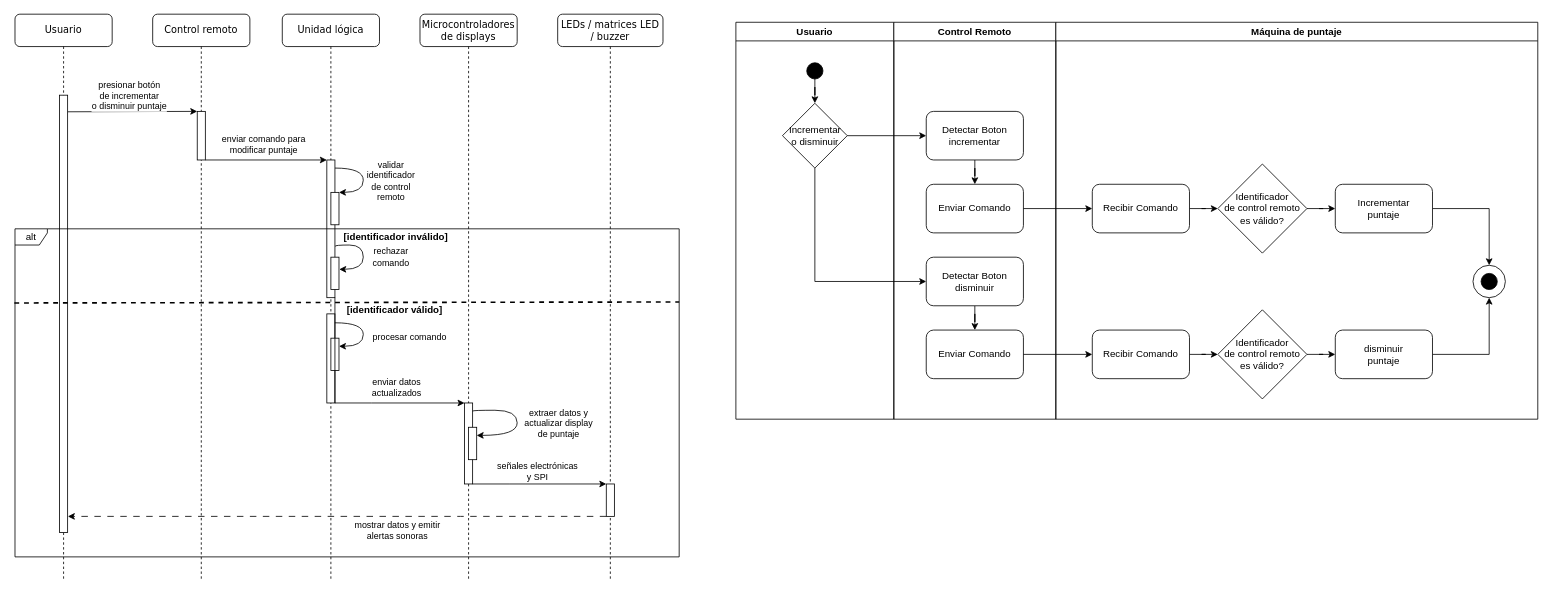
Diego-Hiriart/Capstone_Hiriart-Corales-Samaniego keeps this draw.io diagram as Design/UML/Seq and Act/Machine/cm8-manage-score.drawio. Above is the earlier version. Source tidied: cells renumbered, new cells numbered last; positions are measured from the earlier drawing's top-left corner, leaving out a move shared by most shapes. Both pictures are drawn from the tidied source at 81%, with x=0, y=0 at pixel (15, 14).
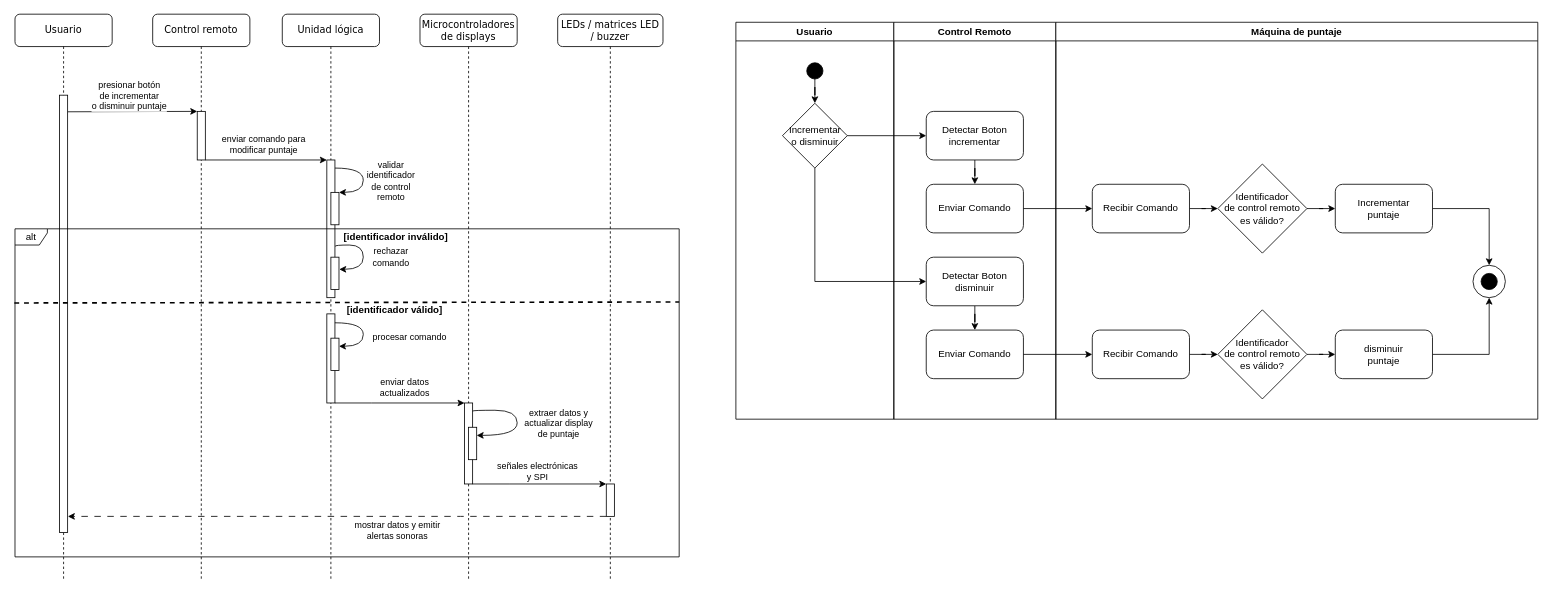
Above is the later version.

Unchanged cells that the change refers to:
```xml
<mxCell id="17" style="rounded=0;whiteSpace=wrap;html=1;" parent="15" vertex="1">
  <mxGeometry x="55" y="180" width="10" height="170" as="geometry" />
</mxCell>
<mxCell id="40" style="rounded=0;whiteSpace=wrap;html=1;" parent="1" vertex="1">
  <mxGeometry x="555" y="480" width="10" height="100" as="geometry" />
</mxCell>
```

The edit, as a diff of the source:
```diff
@@
-    <mxCell id="41" style="edgeStyle=orthogonalEdgeStyle;rounded=0;jettySize=auto;html=1;exitX=1;exitY=1;exitDx=0;exitDy=0;entryX=0;entryY=0;entryDx=0;entryDy=0;" parent="1" edge="1" source="17" target="40">
+    <mxCell id="41" style="edgeStyle=orthogonalEdgeStyle;rounded=0;jettySize=auto;html=1;entryX=0;entryY=0;entryDx=0;entryDy=0;" parent="1" edge="1" target="40">
       <mxGeometry relative="1" as="geometry">
+        <mxPoint x="395" y="480" as="sourcePoint" />
         <Array as="points">
           <mxPoint x="440" y="480" />
           <mxPoint x="440" y="480" />
         </Array>
       </mxGeometry>
     </mxCell>
     <mxCell id="42" value="enviar datos &lt;br&gt;actualizados" style="edgeLabel;html=1;align=center;verticalAlign=middle;" parent="41" vertex="1">
       <mxGeometry x="-0.1" relative="1" as="geometry">
-        <mxPoint x="74" y="-20" as="offset" />
+        <mxPoint x="13" y="-20" as="offset" />
       </mxGeometry>
     </mxCell>
```
